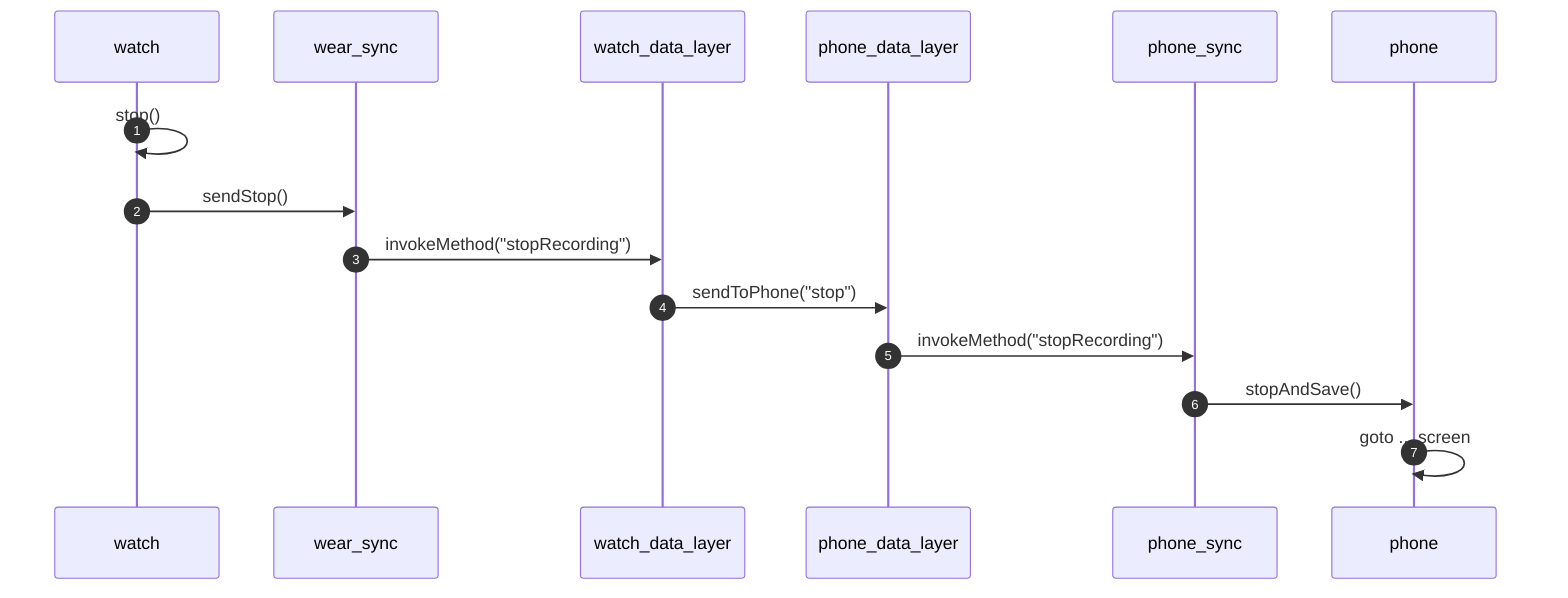
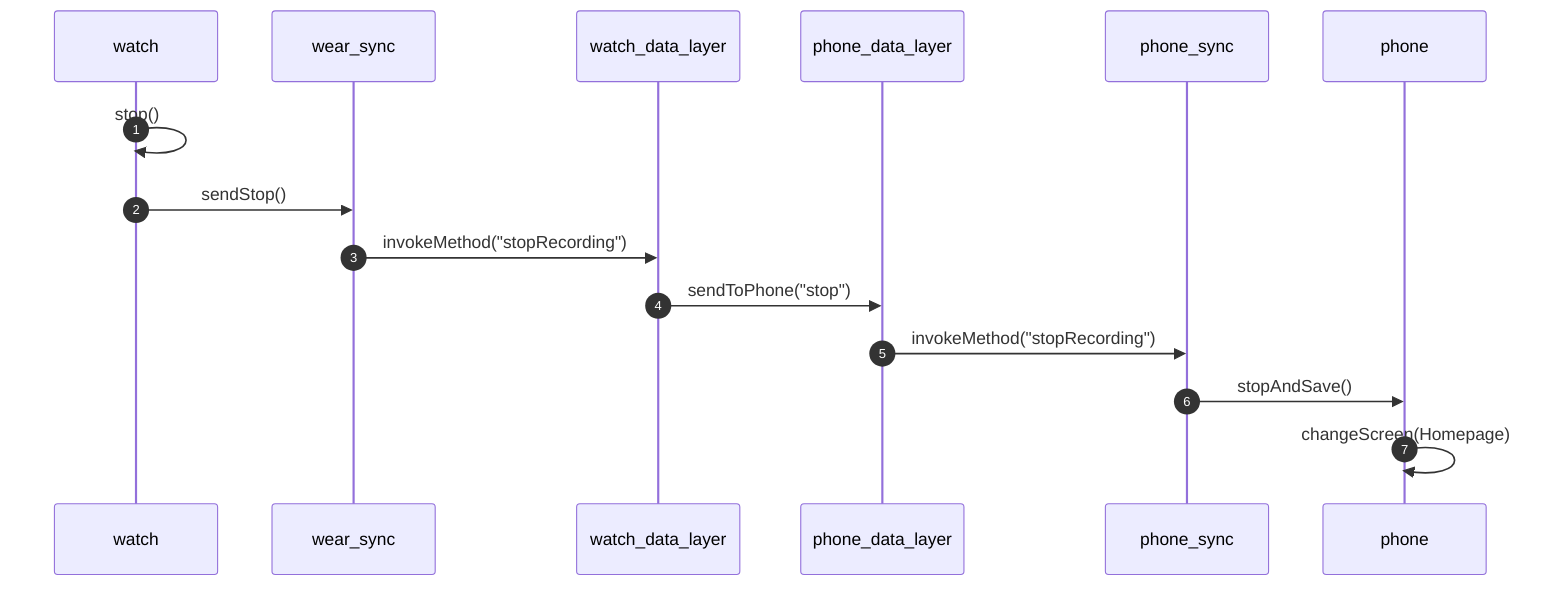
sequenceDiagram
    autonumber
    participant watch
    participant ws as wear_sync
    participant wdl as watch_data_layer
    participant pdl as phone_data_layer
    participant ps as phone_sync
    participant phone

    watch ->> watch: stop()
    watch ->> ws: sendStop()
    ws ->> wdl: invokeMethod("stopRecording")
    wdl ->> pdl: sendToPhone("stop")
    pdl ->> ps: invokeMethod("stopRecording")
    ps ->> phone: stopAndSave()
-     phone ->> phone: goto ... screen+     phone ->> phone: changeScreen(Homepage)